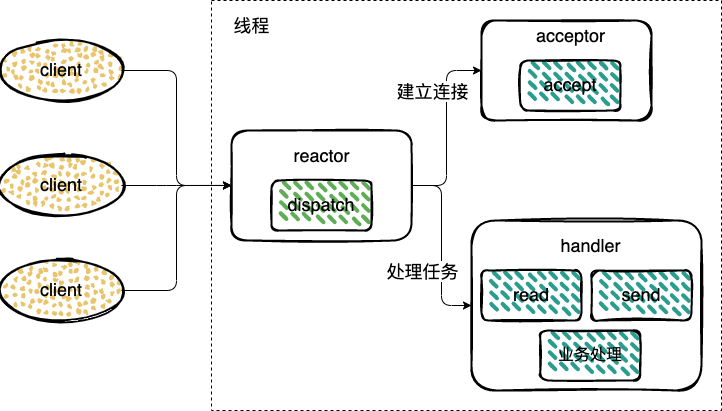
boilingfrog/Go-POINT keeps this draw.io diagram as img/redis/redis-reactor-1.png. Above is the earlier version. Source tidied: cells renumbered, new cells last; positions are measured from the earlier drawing's top-left corner, leaving out a move shared by most shapes. Source of this version:
```xml
<mxGraphModel>
  <root>
    <mxCell id="0" />
    <mxCell id="1" parent="0" />
    <mxCell id="2" style="verticalLabelPosition=bottom;verticalAlign=top;html=1;shape=mxgraph.basic.rect;fillColor2=none;strokeWidth=1;size=20;indent=5;fillColor=none;dashed=1;" parent="1" vertex="1">
      <mxGeometry x="210" width="510" height="410" as="geometry" />
    </mxCell>
    <mxCell id="3" style="edgeStyle=orthogonalEdgeStyle;html=1;entryX=0;entryY=0.5;entryDx=0;entryDy=0;fontSize=18;" parent="1" edge="1" target="8">
      <mxGeometry relative="1" as="geometry">
        <mxPoint x="120" y="70" as="sourcePoint" />
      </mxGeometry>
    </mxCell>
    <mxCell id="4" style="edgeStyle=orthogonalEdgeStyle;html=1;entryX=0;entryY=0.5;entryDx=0;entryDy=0;fontSize=18;startArrow=none;startFill=0;" parent="1" edge="1" source="8" target="16">
      <mxGeometry relative="1" as="geometry" />
    </mxCell>
    <mxCell id="5" value="建立连接" style="edgeLabel;html=1;align=center;verticalAlign=middle;fontSize=18;" parent="4" vertex="1">
      <mxGeometry x="0.16" y="-2" relative="1" as="geometry">
        <mxPoint x="-17" y="-23" as="offset" />
      </mxGeometry>
    </mxCell>
    <mxCell id="6" style="edgeStyle=orthogonalEdgeStyle;html=1;entryX=0;entryY=0.5;entryDx=0;entryDy=0;fontSize=18;startArrow=none;startFill=0;" parent="1" edge="1" source="8" target="17">
      <mxGeometry relative="1" as="geometry" />
    </mxCell>
    <mxCell id="7" value="处理任务" style="edgeLabel;html=1;align=center;verticalAlign=middle;fontSize=18;" parent="6" vertex="1">
      <mxGeometry x="0.3" y="-1" relative="1" as="geometry">
        <mxPoint x="-19" y="-2" as="offset" />
      </mxGeometry>
    </mxCell>
    <mxCell id="8" style="rounded=1;whiteSpace=wrap;html=1;strokeWidth=2;fillWeight=2;hachureGap=8;hachureAngle=45;fillColor=none;sketch=1;fontSize=16;fillStyle=dots;" parent="1" vertex="1">
      <mxGeometry x="230" y="130" width="180" height="110" as="geometry" />
    </mxCell>
    <mxCell id="9" style="edgeStyle=orthogonalEdgeStyle;html=1;entryX=0;entryY=0.5;entryDx=0;entryDy=0;fontSize=18;" parent="1" edge="1" target="8">
      <mxGeometry relative="1" as="geometry">
        <mxPoint x="120" y="290" as="sourcePoint" />
      </mxGeometry>
    </mxCell>
    <mxCell id="10" value="&lt;font style=&quot;font-size: 18px&quot;&gt;client&lt;/font&gt;" style="ellipse;whiteSpace=wrap;html=1;strokeWidth=2;fillWeight=2;hachureGap=8;fillColor=#E9C46A;fillStyle=dots;sketch=1;fontSize=16;" parent="1" vertex="1">
      <mxGeometry y="40" width="120" height="60" as="geometry" />
    </mxCell>
    <mxCell id="11" style="edgeStyle=orthogonalEdgeStyle;html=1;entryX=0.039;entryY=0.451;entryDx=0;entryDy=0;entryPerimeter=0;fontSize=18;startArrow=none;startFill=0;" parent="1" edge="1" source="12" target="2">
      <mxGeometry relative="1" as="geometry" />
    </mxCell>
    <mxCell id="12" value="&lt;font style=&quot;font-size: 18px&quot;&gt;client&lt;/font&gt;" style="ellipse;whiteSpace=wrap;html=1;strokeWidth=2;fillWeight=2;hachureGap=8;fillColor=#E9C46A;fillStyle=dots;sketch=1;fontSize=16;" parent="1" vertex="1">
      <mxGeometry y="155" width="120" height="60" as="geometry" />
    </mxCell>
    <mxCell id="13" value="&lt;font style=&quot;font-size: 18px&quot;&gt;client&lt;/font&gt;" style="ellipse;whiteSpace=wrap;html=1;strokeWidth=2;fillWeight=2;hachureGap=8;fillColor=#E9C46A;fillStyle=dots;sketch=1;fontSize=16;" parent="1" vertex="1">
      <mxGeometry y="260" width="120" height="60" as="geometry" />
    </mxCell>
    <mxCell id="14" value="&lt;font style=&quot;font-size: 18px&quot;&gt;dispatch&lt;/font&gt;" style="rounded=1;whiteSpace=wrap;html=1;fontSize=16;fillColor=#5FAD56;strokeWidth=2;fillWeight=4;hachureGap=8;fillStyle=dashed;sketch=1;hachureAngle=45;" parent="1" vertex="1">
      <mxGeometry x="270" y="180" width="100" height="50" as="geometry" />
    </mxCell>
    <mxCell id="15" value="reactor" style="text;html=1;align=center;verticalAlign=middle;strokeColor=none;fillColor=none;fontSize=18;" parent="1" vertex="1">
      <mxGeometry x="285" y="140" width="70" height="30" as="geometry" />
    </mxCell>
    <mxCell id="16" style="rounded=1;whiteSpace=wrap;html=1;strokeWidth=2;fillWeight=2;hachureGap=8;hachureAngle=45;fillColor=none;sketch=1;fontSize=16;fillStyle=dots;" parent="1" vertex="1">
      <mxGeometry x="480" y="20" width="170" height="100" as="geometry" />
    </mxCell>
    <mxCell id="17" style="rounded=1;whiteSpace=wrap;html=1;strokeWidth=2;fillWeight=2;hachureGap=8;hachureAngle=45;fillColor=none;sketch=1;fontSize=16;fillStyle=dots;" parent="1" vertex="1">
      <mxGeometry x="470" y="220" width="230" height="170" as="geometry" />
    </mxCell>
    <mxCell id="18" value="&lt;font style=&quot;font-size: 18px&quot;&gt;accept&lt;/font&gt;" style="rounded=1;whiteSpace=wrap;html=1;fontSize=16;fillColor=#2A9D8F;strokeWidth=2;fillWeight=4;hachureGap=8;fillStyle=dashed;sketch=1;hachureAngle=45;" parent="1" vertex="1">
      <mxGeometry x="518.8" y="60" width="100" height="50" as="geometry" />
    </mxCell>
    <mxCell id="19" value="acceptor" style="text;html=1;align=center;verticalAlign=middle;strokeColor=none;fillColor=none;fontSize=18;" parent="1" vertex="1">
      <mxGeometry x="528.8" y="20" width="80" height="30" as="geometry" />
    </mxCell>
    <mxCell id="20" value="handler" style="text;html=1;align=center;verticalAlign=middle;strokeColor=none;fillColor=none;fontSize=18;" parent="1" vertex="1">
      <mxGeometry x="548.8" y="230" width="80" height="30" as="geometry" />
    </mxCell>
    <mxCell id="21" value="&lt;font style=&quot;font-size: 18px&quot;&gt;read&lt;/font&gt;" style="rounded=1;whiteSpace=wrap;html=1;fontSize=16;fillColor=#2A9D8F;strokeWidth=2;fillWeight=4;hachureGap=8;fillStyle=dashed;sketch=1;hachureAngle=45;" parent="1" vertex="1">
      <mxGeometry x="480" y="270" width="100" height="50" as="geometry" />
    </mxCell>
    <mxCell id="22" value="业务处理" style="rounded=1;whiteSpace=wrap;html=1;fontSize=16;fillColor=#2A9D8F;strokeWidth=2;fillWeight=4;hachureGap=8;fillStyle=dashed;sketch=1;hachureAngle=45;" parent="1" vertex="1">
      <mxGeometry x="538.8" y="330" width="100" height="50" as="geometry" />
    </mxCell>
    <mxCell id="23" value="&lt;font style=&quot;font-size: 18px&quot;&gt;send&lt;/font&gt;" style="rounded=1;whiteSpace=wrap;html=1;fontSize=16;fillColor=#2A9D8F;strokeWidth=2;fillWeight=4;hachureGap=8;fillStyle=dashed;sketch=1;hachureAngle=45;" parent="1" vertex="1">
      <mxGeometry x="590" y="270" width="100" height="50" as="geometry" />
    </mxCell>
    <mxCell id="24" value="线程" style="text;html=1;align=center;verticalAlign=middle;strokeColor=none;fillColor=none;fontSize=18;" parent="1" vertex="1">
      <mxGeometry x="225" y="10" width="50" height="30" as="geometry" />
    </mxCell>
  </root>
</mxGraphModel>
```
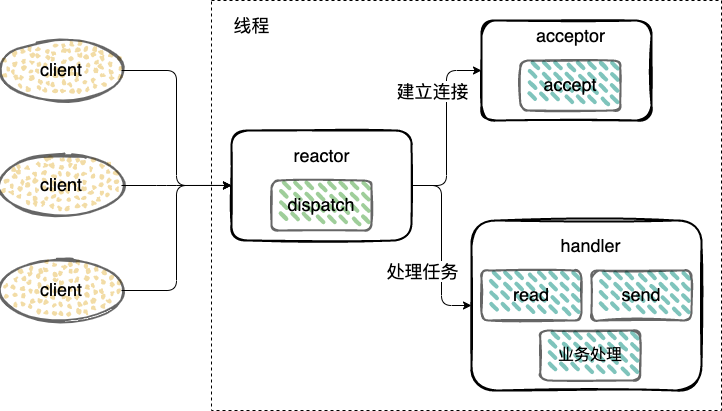
After the change.

Commit message:
feat:redis 中的原子性

Change to the diagram source:
```diff
@@ -34,19 +34,19 @@
         <mxPoint x="120" y="290" as="sourcePoint" />
       </mxGeometry>
     </mxCell>
-    <mxCell id="10" value="&lt;font style=&quot;font-size: 18px&quot;&gt;client&lt;/font&gt;" style="ellipse;whiteSpace=wrap;html=1;strokeWidth=2;fillWeight=2;hachureGap=8;fillColor=#E9C46A;fillStyle=dots;sketch=1;fontSize=16;" parent="1" vertex="1">
+    <mxCell id="10" value="&lt;font style=&quot;font-size: 18px&quot;&gt;client&lt;/font&gt;" style="ellipse;whiteSpace=wrap;html=1;strokeWidth=2;fillWeight=2;hachureGap=8;fillColor=#E9C46A;fillStyle=dots;sketch=1;fontSize=16;opacity=60;" parent="1" vertex="1">
       <mxGeometry y="40" width="120" height="60" as="geometry" />
     </mxCell>
     <mxCell id="11" style="edgeStyle=orthogonalEdgeStyle;html=1;entryX=0.039;entryY=0.451;entryDx=0;entryDy=0;entryPerimeter=0;fontSize=18;startArrow=none;startFill=0;" parent="1" edge="1" source="12" target="2">
       <mxGeometry relative="1" as="geometry" />
     </mxCell>
-    <mxCell id="12" value="&lt;font style=&quot;font-size: 18px&quot;&gt;client&lt;/font&gt;" style="ellipse;whiteSpace=wrap;html=1;strokeWidth=2;fillWeight=2;hachureGap=8;fillColor=#E9C46A;fillStyle=dots;sketch=1;fontSize=16;" parent="1" vertex="1">
+    <mxCell id="12" value="&lt;font style=&quot;font-size: 18px&quot;&gt;client&lt;/font&gt;" style="ellipse;whiteSpace=wrap;html=1;strokeWidth=2;fillWeight=2;hachureGap=8;fillColor=#E9C46A;fillStyle=dots;sketch=1;fontSize=16;opacity=60;" parent="1" vertex="1">
       <mxGeometry y="155" width="120" height="60" as="geometry" />
     </mxCell>
-    <mxCell id="13" value="&lt;font style=&quot;font-size: 18px&quot;&gt;client&lt;/font&gt;" style="ellipse;whiteSpace=wrap;html=1;strokeWidth=2;fillWeight=2;hachureGap=8;fillColor=#E9C46A;fillStyle=dots;sketch=1;fontSize=16;" parent="1" vertex="1">
+    <mxCell id="13" value="&lt;font style=&quot;font-size: 18px&quot;&gt;client&lt;/font&gt;" style="ellipse;whiteSpace=wrap;html=1;strokeWidth=2;fillWeight=2;hachureGap=8;fillColor=#E9C46A;fillStyle=dots;sketch=1;fontSize=16;opacity=60;" parent="1" vertex="1">
       <mxGeometry y="260" width="120" height="60" as="geometry" />
     </mxCell>
-    <mxCell id="14" value="&lt;font style=&quot;font-size: 18px&quot;&gt;dispatch&lt;/font&gt;" style="rounded=1;whiteSpace=wrap;html=1;fontSize=16;fillColor=#5FAD56;strokeWidth=2;fillWeight=4;hachureGap=8;fillStyle=dashed;sketch=1;hachureAngle=45;" parent="1" vertex="1">
+    <mxCell id="14" value="&lt;font style=&quot;font-size: 18px&quot;&gt;dispatch&lt;/font&gt;" style="rounded=1;whiteSpace=wrap;html=1;fontSize=16;fillColor=#5FAD56;strokeWidth=2;fillWeight=4;hachureGap=8;fillStyle=dashed;sketch=1;hachureAngle=45;opacity=60;" parent="1" vertex="1">
       <mxGeometry x="270" y="180" width="100" height="50" as="geometry" />
     </mxCell>
     <mxCell id="15" value="reactor" style="text;html=1;align=center;verticalAlign=middle;strokeColor=none;fillColor=none;fontSize=18;" parent="1" vertex="1">
@@ -58,7 +58,7 @@
     <mxCell id="17" style="rounded=1;whiteSpace=wrap;html=1;strokeWidth=2;fillWeight=2;hachureGap=8;hachureAngle=45;fillColor=none;sketch=1;fontSize=16;fillStyle=dots;" parent="1" vertex="1">
       <mxGeometry x="470" y="220" width="230" height="170" as="geometry" />
     </mxCell>
-    <mxCell id="18" value="&lt;font style=&quot;font-size: 18px&quot;&gt;accept&lt;/font&gt;" style="rounded=1;whiteSpace=wrap;html=1;fontSize=16;fillColor=#2A9D8F;strokeWidth=2;fillWeight=4;hachureGap=8;fillStyle=dashed;sketch=1;hachureAngle=45;" parent="1" vertex="1">
+    <mxCell id="18" value="&lt;font style=&quot;font-size: 18px&quot;&gt;accept&lt;/font&gt;" style="rounded=1;whiteSpace=wrap;html=1;fontSize=16;fillColor=#2A9D8F;strokeWidth=2;fillWeight=4;hachureGap=8;fillStyle=dashed;sketch=1;hachureAngle=45;opacity=60;" parent="1" vertex="1">
       <mxGeometry x="518.8" y="60" width="100" height="50" as="geometry" />
     </mxCell>
     <mxCell id="19" value="acceptor" style="text;html=1;align=center;verticalAlign=middle;strokeColor=none;fillColor=none;fontSize=18;" parent="1" vertex="1">
@@ -67,13 +67,13 @@
     <mxCell id="20" value="handler" style="text;html=1;align=center;verticalAlign=middle;strokeColor=none;fillColor=none;fontSize=18;" parent="1" vertex="1">
       <mxGeometry x="548.8" y="230" width="80" height="30" as="geometry" />
     </mxCell>
-    <mxCell id="21" value="&lt;font style=&quot;font-size: 18px&quot;&gt;read&lt;/font&gt;" style="rounded=1;whiteSpace=wrap;html=1;fontSize=16;fillColor=#2A9D8F;strokeWidth=2;fillWeight=4;hachureGap=8;fillStyle=dashed;sketch=1;hachureAngle=45;" parent="1" vertex="1">
+    <mxCell id="21" value="&lt;font style=&quot;font-size: 18px&quot;&gt;read&lt;/font&gt;" style="rounded=1;whiteSpace=wrap;html=1;fontSize=16;fillColor=#2A9D8F;strokeWidth=2;fillWeight=4;hachureGap=8;fillStyle=dashed;sketch=1;hachureAngle=45;opacity=60;" parent="1" vertex="1">
       <mxGeometry x="480" y="270" width="100" height="50" as="geometry" />
     </mxCell>
-    <mxCell id="22" value="业务处理" style="rounded=1;whiteSpace=wrap;html=1;fontSize=16;fillColor=#2A9D8F;strokeWidth=2;fillWeight=4;hachureGap=8;fillStyle=dashed;sketch=1;hachureAngle=45;" parent="1" vertex="1">
+    <mxCell id="22" value="业务处理" style="rounded=1;whiteSpace=wrap;html=1;fontSize=16;fillColor=#2A9D8F;strokeWidth=2;fillWeight=4;hachureGap=8;fillStyle=dashed;sketch=1;hachureAngle=45;opacity=60;" parent="1" vertex="1">
       <mxGeometry x="538.8" y="330" width="100" height="50" as="geometry" />
     </mxCell>
-    <mxCell id="23" value="&lt;font style=&quot;font-size: 18px&quot;&gt;send&lt;/font&gt;" style="rounded=1;whiteSpace=wrap;html=1;fontSize=16;fillColor=#2A9D8F;strokeWidth=2;fillWeight=4;hachureGap=8;fillStyle=dashed;sketch=1;hachureAngle=45;" parent="1" vertex="1">
+    <mxCell id="23" value="&lt;font style=&quot;font-size: 18px&quot;&gt;send&lt;/font&gt;" style="rounded=1;whiteSpace=wrap;html=1;fontSize=16;fillColor=#2A9D8F;strokeWidth=2;fillWeight=4;hachureGap=8;fillStyle=dashed;sketch=1;hachureAngle=45;opacity=60;" parent="1" vertex="1">
       <mxGeometry x="590" y="270" width="100" height="50" as="geometry" />
     </mxCell>
     <mxCell id="24" value="线程" style="text;html=1;align=center;verticalAlign=middle;strokeColor=none;fillColor=none;fontSize=18;" parent="1" vertex="1">
```
